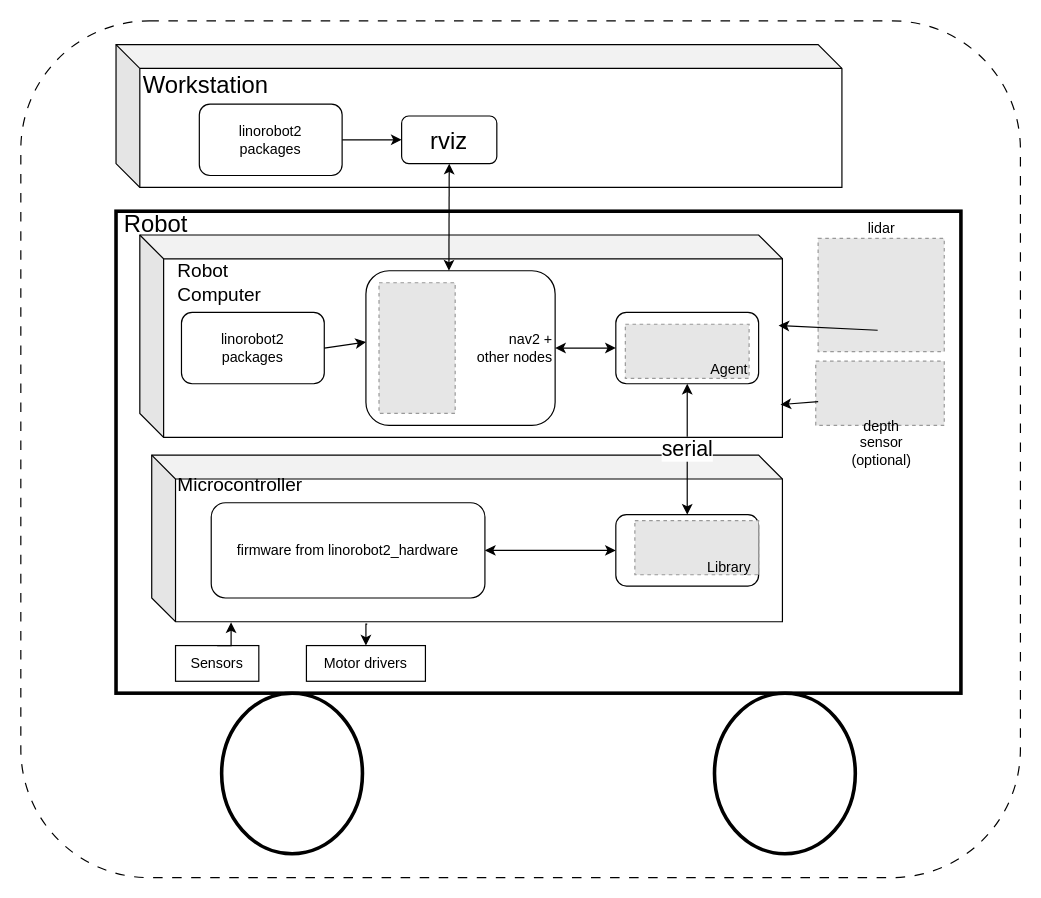
This is assets/robot_computer_config.drawio from PaulBouchier/linorobot2, a draw.io file, before an edit. Source tidied: cells renumbered, new cells numbered last; positions are measured from the earlier drawing's top-left corner, leaving out a move shared by most shapes. Both pictures are drawn from the tidied source at 119%, with x=0, y=0 at pixel (20, 20). Pictures stored in the file or linked from it are replaced by grey dashed boxes.
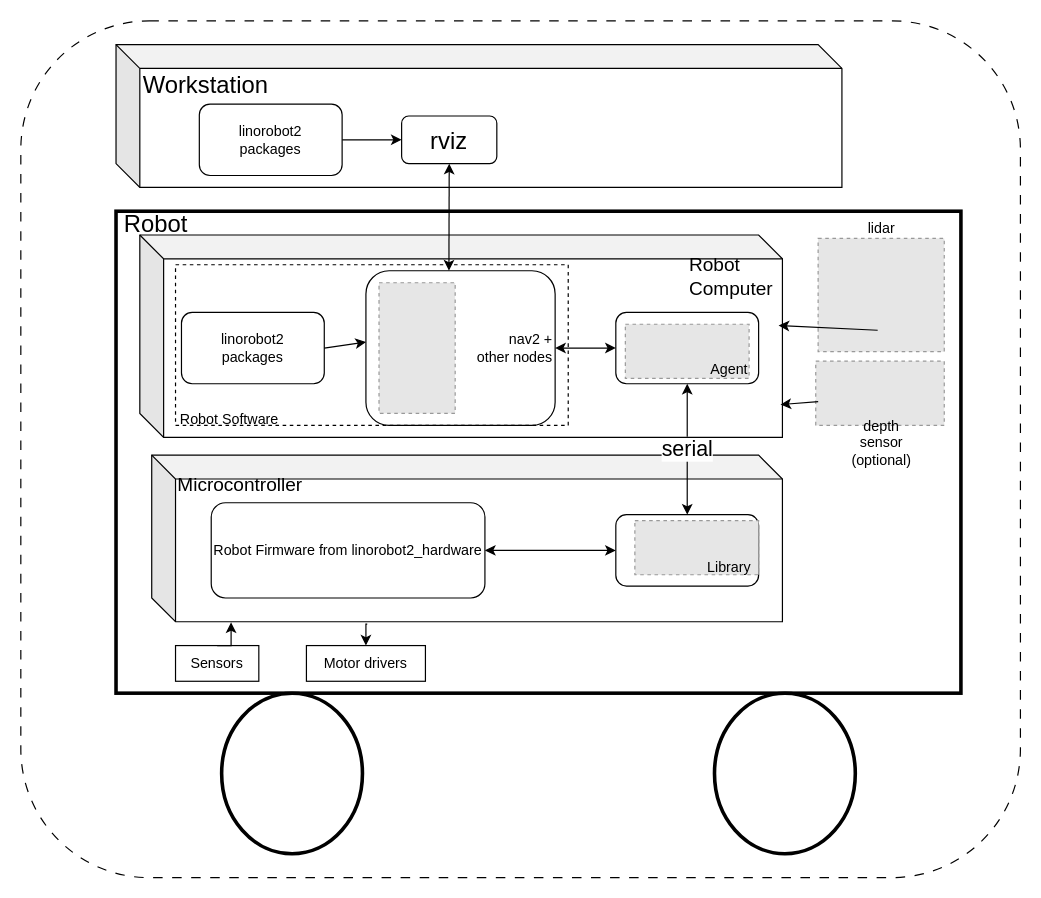
After the change.

Change to the diagram source:
```diff
@@
-    <mxCell id="17" value="firmware from linorobot2_hardware" style="rounded=1;whiteSpace=wrap;html=1;" parent="1" vertex="1">
+    <mxCell id="17" value="Robot Firmware from linorobot2_hardware" style="rounded=1;whiteSpace=wrap;html=1;" parent="1" vertex="1">
       <mxGeometry x="160" y="405" width="230" height="80" as="geometry" />
     </mxCell>
@@
     <mxCell id="33" value="&lt;font style=&quot;font-size: 16px;&quot;&gt;Robot&lt;/font&gt;&lt;div&gt;&lt;font style=&quot;font-size: 16px;&quot;&gt;Computer&lt;/font&gt;&lt;/div&gt;" style="text;html=1;align=left;verticalAlign=middle;strokeColor=none;fillColor=none;" parent="1" vertex="1">
-      <mxGeometry x="130" y="195" width="90" height="50" as="geometry" />
+      <mxGeometry x="560" y="190" width="90" height="50" as="geometry" />
     </mxCell>
@@
+    <mxCell id="44" style="rounded=0;whiteSpace=wrap;html=1;fillColor=none;dashed=1;" parent="1" vertex="1">
+      <mxGeometry x="130" y="205" width="330" height="135" as="geometry" />
+    </mxCell>
+    <mxCell id="45" value="Robot Software" style="text;html=1;align=center;verticalAlign=middle;strokeColor=none;fillColor=none;" parent="1" vertex="1">
+      <mxGeometry x="120" y="320" width="110" height="30" as="geometry" />
+    </mxCell>
```
